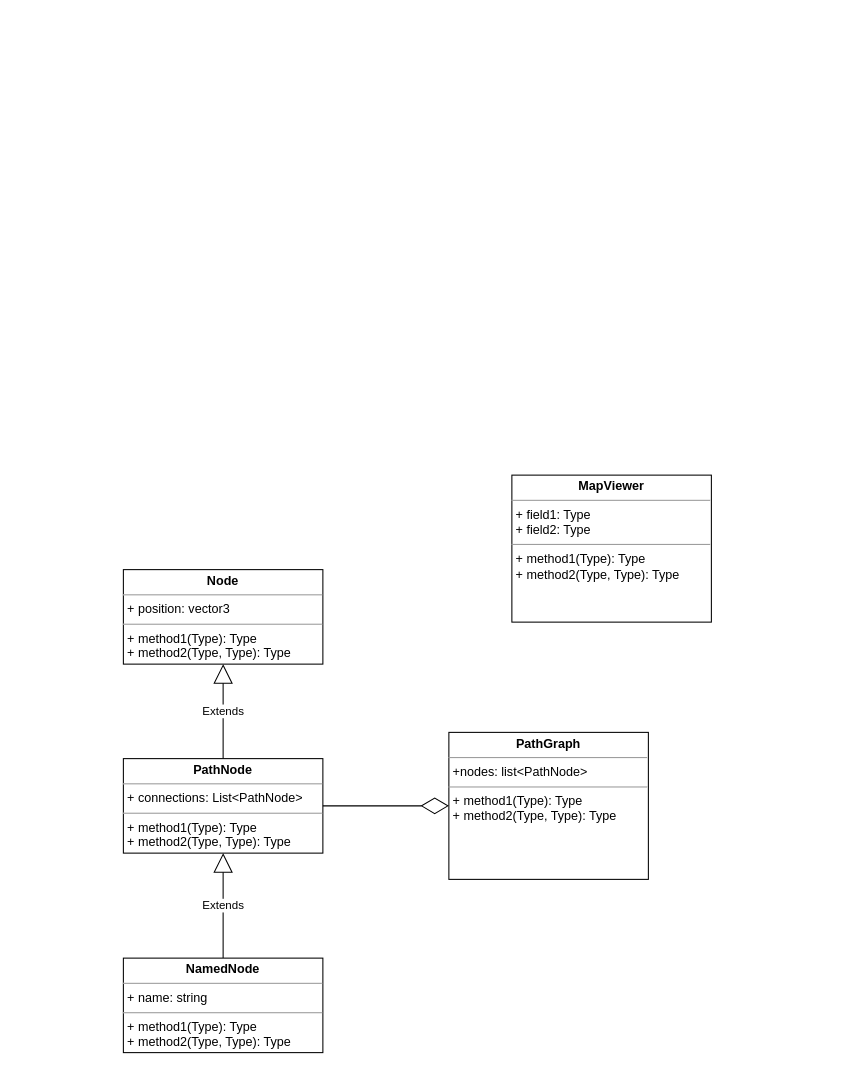
LolfaceToxa/NavigationMIET keeps this draw.io diagram as UML/classdrawio.drawio. Above is the earlier version. Source tidied: cells renumbered, new cells numbered last; positions are measured from the earlier drawing's top-left corner, leaving out a move shared by most shapes. Both pictures are drawn from the tidied source at 105%, with x=0, y=0 at pixel (123, 475).
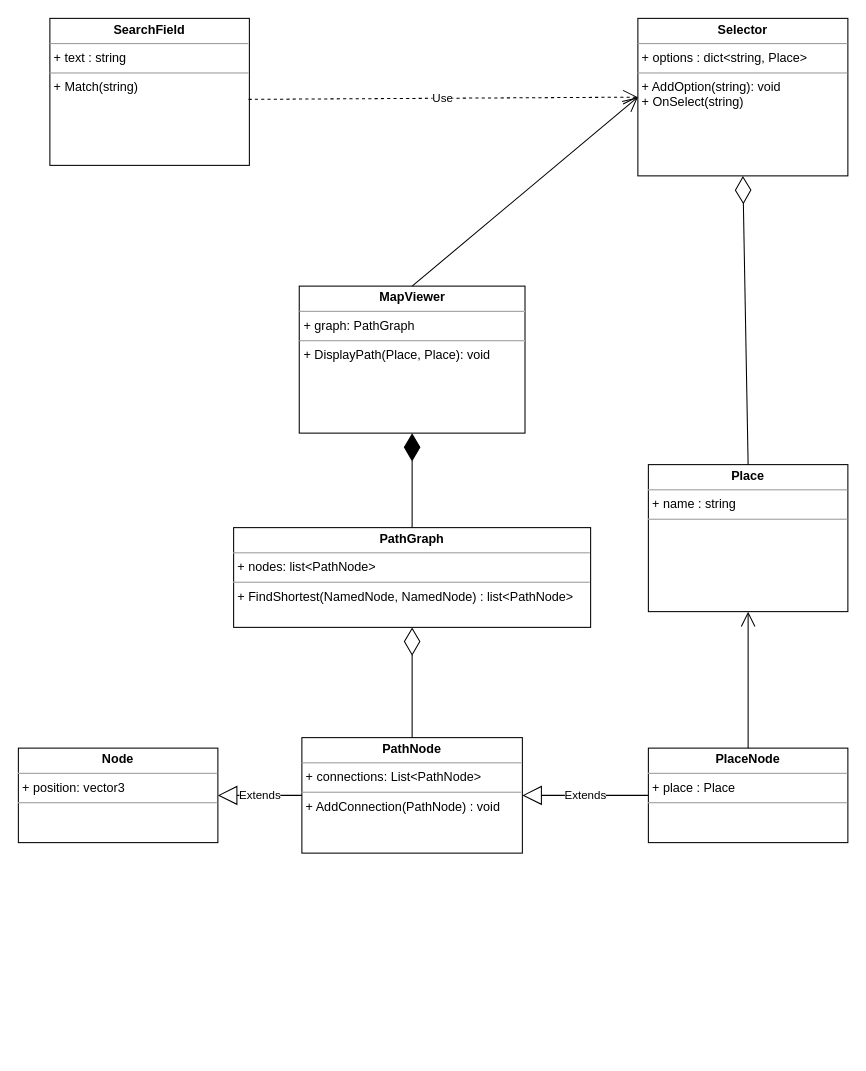
The same diagram, later.

Commit message:
class diagram

Change to the diagram source:
```diff
@@
 <mxGraphModel>
   <root>
     <mxCell id="0" />
     <mxCell id="1" parent="0" />
-    <mxCell id="2" value="&lt;p style=&quot;margin:0px;margin-top:4px;text-align:center;&quot;&gt;&lt;b&gt;Node&lt;/b&gt;&lt;/p&gt;&lt;hr size=&quot;1&quot;&gt;&lt;p style=&quot;margin:0px;margin-left:4px;&quot;&gt;+ position: vector3&lt;br&gt;&lt;/p&gt;&lt;hr size=&quot;1&quot;&gt;&lt;p style=&quot;margin:0px;margin-left:4px;&quot;&gt;+ method1(Type): Type&lt;br&gt;+ method2(Type, Type): Type&lt;/p&gt;" style="verticalAlign=top;align=left;overflow=fill;fontSize=12;fontFamily=Helvetica;html=1;" parent="1" vertex="1">
-      <mxGeometry y="90" width="190" height="90" as="geometry" />
+    <mxCell id="2" value="&lt;p style=&quot;margin:0px;margin-top:4px;text-align:center;&quot;&gt;&lt;b&gt;Node&lt;/b&gt;&lt;/p&gt;&lt;hr size=&quot;1&quot;&gt;&lt;p style=&quot;margin:0px;margin-left:4px;&quot;&gt;+ position: vector3&lt;br&gt;&lt;/p&gt;&lt;hr size=&quot;1&quot;&gt;&lt;p style=&quot;margin:0px;margin-left:4px;&quot;&gt;&lt;br&gt;&lt;/p&gt;" style="verticalAlign=top;align=left;overflow=fill;fontSize=12;fontFamily=Helvetica;html=1;" parent="1" vertex="1">
+      <mxGeometry x="-100" y="260" width="190" height="90" as="geometry" />
     </mxCell>
-    <mxCell id="3" value="&lt;p style=&quot;margin:0px;margin-top:4px;text-align:center;&quot;&gt;&lt;b&gt;PathGraph&lt;/b&gt;&lt;/p&gt;&lt;hr size=&quot;1&quot;&gt;&lt;p style=&quot;margin:0px;margin-left:4px;&quot;&gt;+nodes: list&amp;lt;PathNode&amp;gt;&lt;br&gt;&lt;/p&gt;&lt;hr size=&quot;1&quot;&gt;&lt;p style=&quot;margin:0px;margin-left:4px;&quot;&gt;+ method1(Type): Type&lt;br&gt;+ method2(Type, Type): Type&lt;/p&gt;" style="verticalAlign=top;align=left;overflow=fill;fontSize=12;fontFamily=Helvetica;html=1;" parent="1" vertex="1">
-      <mxGeometry x="310" y="245" width="190" height="140" as="geometry" />
+    <mxCell id="3" value="&lt;p style=&quot;margin:0px;margin-top:4px;text-align:center;&quot;&gt;&lt;b&gt;PathGraph&lt;/b&gt;&lt;/p&gt;&lt;hr size=&quot;1&quot;&gt;&lt;p style=&quot;margin:0px;margin-left:4px;&quot;&gt;+ nodes: list&amp;lt;PathNode&amp;gt;&lt;br&gt;&lt;/p&gt;&lt;hr size=&quot;1&quot;&gt;&lt;p style=&quot;margin:0px;margin-left:4px;&quot;&gt;+ FindShortest(NamedNode, NamedNode) : list&amp;lt;PathNode&amp;gt;&lt;/p&gt;" style="verticalAlign=top;align=left;overflow=fill;fontSize=12;fontFamily=Helvetica;html=1;" parent="1" vertex="1">
+      <mxGeometry x="105" y="50" width="340" height="95" as="geometry" />
     </mxCell>
-    <mxCell id="4" value="&lt;p style=&quot;margin:0px;margin-top:4px;text-align:center;&quot;&gt;&lt;b&gt;PathNode&lt;/b&gt;&lt;/p&gt;&lt;hr size=&quot;1&quot;&gt;&lt;p style=&quot;margin:0px;margin-left:4px;&quot;&gt;+ connections: List&amp;lt;PathNode&amp;gt;&lt;br&gt;&lt;/p&gt;&lt;hr size=&quot;1&quot;&gt;&lt;p style=&quot;margin:0px;margin-left:4px;&quot;&gt;+ method1(Type): Type&lt;br&gt;+ method2(Type, Type): Type&lt;/p&gt;" style="verticalAlign=top;align=left;overflow=fill;fontSize=12;fontFamily=Helvetica;html=1;" parent="1" vertex="1">
-      <mxGeometry y="270" width="190" height="90" as="geometry" />
+    <mxCell id="4" value="&lt;p style=&quot;margin:0px;margin-top:4px;text-align:center;&quot;&gt;&lt;b&gt;PathNode&lt;/b&gt;&lt;/p&gt;&lt;hr size=&quot;1&quot;&gt;&lt;p style=&quot;margin:0px;margin-left:4px;&quot;&gt;+ connections: List&amp;lt;PathNode&amp;gt;&lt;br&gt;&lt;/p&gt;&lt;hr size=&quot;1&quot;&gt;&lt;p style=&quot;margin:0px;margin-left:4px;&quot;&gt;+ AddConnection(PathNode) : void&lt;/p&gt;" style="verticalAlign=top;align=left;overflow=fill;fontSize=12;fontFamily=Helvetica;html=1;" parent="1" vertex="1">
+      <mxGeometry x="170" y="250" width="210" height="110" as="geometry" />
     </mxCell>
-    <mxCell id="5" value="Extends" style="endArrow=block;endSize=16;endFill=0;html=1;rounded=0;exitX=0.5;exitY=0;exitDx=0;exitDy=0;entryX=0.5;entryY=1;entryDx=0;entryDy=0;" parent="1" edge="1" source="4" target="2">
+    <mxCell id="5" value="Extends" style="endArrow=block;endSize=16;endFill=0;html=1;rounded=0;entryX=1;entryY=0.5;entryDx=0;entryDy=0;exitX=0;exitY=0.5;exitDx=0;exitDy=0;" parent="1" edge="1" source="4" target="2">
       <mxGeometry relative="1" as="geometry" />
     </mxCell>
-    <mxCell id="6" value="&lt;p style=&quot;margin:0px;margin-top:4px;text-align:center;&quot;&gt;&lt;b&gt;NamedNode&lt;/b&gt;&lt;/p&gt;&lt;hr size=&quot;1&quot;&gt;&lt;p style=&quot;margin:0px;margin-left:4px;&quot;&gt;+ name: string&lt;br&gt;&lt;/p&gt;&lt;hr size=&quot;1&quot;&gt;&lt;p style=&quot;margin:0px;margin-left:4px;&quot;&gt;+ method1(Type): Type&lt;br&gt;+ method2(Type, Type): Type&lt;/p&gt;" style="verticalAlign=top;align=left;overflow=fill;fontSize=12;fontFamily=Helvetica;html=1;" parent="1" vertex="1">
-      <mxGeometry y="460" width="190" height="90" as="geometry" />
+    <mxCell id="6" value="&lt;p style=&quot;margin:0px;margin-top:4px;text-align:center;&quot;&gt;&lt;b&gt;PlaceNode&lt;/b&gt;&lt;/p&gt;&lt;hr size=&quot;1&quot;&gt;&lt;p style=&quot;margin:0px;margin-left:4px;&quot;&gt;+ place : Place&lt;br&gt;&lt;/p&gt;&lt;hr size=&quot;1&quot;&gt;&lt;p style=&quot;margin:0px;margin-left:4px;&quot;&gt;&lt;br&gt;&lt;/p&gt;" style="verticalAlign=top;align=left;overflow=fill;fontSize=12;fontFamily=Helvetica;html=1;" parent="1" vertex="1">
+      <mxGeometry x="500" y="260" width="190" height="90" as="geometry" />
     </mxCell>
-    <mxCell id="7" value="Extends" style="endArrow=block;endSize=16;endFill=0;html=1;rounded=0;exitX=0.5;exitY=0;exitDx=0;exitDy=0;entryX=0.5;entryY=1;entryDx=0;entryDy=0;" parent="1" edge="1" source="6" target="4">
+    <mxCell id="7" value="Extends" style="endArrow=block;endSize=16;endFill=0;html=1;rounded=0;exitX=0;exitY=0.5;exitDx=0;exitDy=0;entryX=1;entryY=0.5;entryDx=0;entryDy=0;" parent="1" edge="1" source="6" target="4">
       <mxGeometry relative="1" as="geometry" />
     </mxCell>
-    <mxCell id="8" style="endArrow=diamondThin;endFill=0;endSize=24;html=1;rounded=0;entryX=0;entryY=0.5;entryDx=0;entryDy=0;exitX=1;exitY=0.5;exitDx=0;exitDy=0;" parent="1" edge="1" source="4" target="3">
+    <mxCell id="8" style="endArrow=diamondThin;endFill=0;endSize=24;html=1;rounded=0;entryX=0.5;entryY=1;entryDx=0;entryDy=0;exitX=0.5;exitY=0;exitDx=0;exitDy=0;" parent="1" edge="1" source="4" target="3">
       <mxGeometry relative="1" as="geometry" />
     </mxCell>
-    <mxCell id="9" value="&lt;p style=&quot;margin:0px;margin-top:4px;text-align:center;&quot;&gt;&lt;b&gt;MapViewer&lt;/b&gt;&lt;/p&gt;&lt;hr size=&quot;1&quot;&gt;&lt;p style=&quot;margin:0px;margin-left:4px;&quot;&gt;+ field1: Type&lt;br&gt;+ field2: Type&lt;/p&gt;&lt;hr size=&quot;1&quot;&gt;&lt;p style=&quot;margin:0px;margin-left:4px;&quot;&gt;+ method1(Type): Type&lt;br&gt;+ method2(Type, Type): Type&lt;/p&gt;" style="verticalAlign=top;align=left;overflow=fill;fontSize=12;fontFamily=Helvetica;html=1;" parent="1" vertex="1">
-      <mxGeometry x="370" width="190" height="140" as="geometry" />
+    <mxCell id="9" value="&lt;p style=&quot;margin:0px;margin-top:4px;text-align:center;&quot;&gt;&lt;b&gt;MapViewer&lt;/b&gt;&lt;/p&gt;&lt;hr size=&quot;1&quot;&gt;&lt;p style=&quot;margin:0px;margin-left:4px;&quot;&gt;+ graph: PathGraph&lt;br&gt;&lt;/p&gt;&lt;hr size=&quot;1&quot;&gt;&lt;p style=&quot;margin:0px;margin-left:4px;&quot;&gt;+ DisplayPath(Place, Place): void&lt;br&gt;&lt;/p&gt;" style="verticalAlign=top;align=left;overflow=fill;fontSize=12;fontFamily=Helvetica;html=1;" parent="1" vertex="1">
+      <mxGeometry x="167.5" y="-180" width="215" height="140" as="geometry" />
     </mxCell>
+    <mxCell id="10" value="&lt;p style=&quot;margin:0px;margin-top:4px;text-align:center;&quot;&gt;&lt;b&gt;SearchField&lt;/b&gt;&lt;/p&gt;&lt;hr size=&quot;1&quot;&gt;&lt;p style=&quot;margin:0px;margin-left:4px;&quot;&gt;+ text : string&lt;br&gt;&lt;/p&gt;&lt;hr size=&quot;1&quot;&gt;&lt;p style=&quot;margin:0px;margin-left:4px;&quot;&gt;+ Match(string)&amp;nbsp;&lt;/p&gt;" style="verticalAlign=top;align=left;overflow=fill;fontSize=12;fontFamily=Helvetica;html=1;" parent="1" vertex="1">
+      <mxGeometry x="-70" y="-435" width="190" height="140" as="geometry" />
+    </mxCell>
+    <mxCell id="11" value="&lt;p style=&quot;margin:0px;margin-top:4px;text-align:center;&quot;&gt;&lt;b&gt;Selector&lt;/b&gt;&lt;/p&gt;&lt;hr size=&quot;1&quot;&gt;&lt;p style=&quot;margin:0px;margin-left:4px;&quot;&gt;+ options : dict&amp;lt;string, Place&amp;gt;&lt;br&gt;&lt;/p&gt;&lt;hr size=&quot;1&quot;&gt;&lt;p style=&quot;margin:0px;margin-left:4px;&quot;&gt;+ AddOption(string): void&lt;br&gt;+ OnSelect(string)&lt;/p&gt;" style="verticalAlign=top;align=left;overflow=fill;fontSize=12;fontFamily=Helvetica;html=1;" parent="1" vertex="1">
+      <mxGeometry x="490" y="-435" width="200" height="150" as="geometry" />
+    </mxCell>
+    <mxCell id="12" value="&lt;p style=&quot;margin:0px;margin-top:4px;text-align:center;&quot;&gt;&lt;b&gt;Place&lt;/b&gt;&lt;/p&gt;&lt;hr size=&quot;1&quot;&gt;&lt;p style=&quot;margin:0px;margin-left:4px;&quot;&gt;+ name : string&lt;br&gt;&lt;/p&gt;&lt;hr size=&quot;1&quot;&gt;&lt;p style=&quot;margin:0px;margin-left:4px;&quot;&gt;&lt;br&gt;&lt;/p&gt;" style="verticalAlign=top;align=left;overflow=fill;fontSize=12;fontFamily=Helvetica;html=1;" parent="1" vertex="1">
+      <mxGeometry x="500" y="-10" width="190" height="140" as="geometry" />
+    </mxCell>
+    <mxCell id="13" style="endArrow=open;endFill=1;endSize=12;html=1;rounded=0;exitX=0.5;exitY=0;exitDx=0;exitDy=0;" parent="1" edge="1" source="6" target="12">
+      <mxGeometry relative="1" as="geometry" />
+    </mxCell>
+    <mxCell id="14" style="endArrow=diamondThin;endFill=0;endSize=24;html=1;rounded=0;exitX=0.5;exitY=0;exitDx=0;exitDy=0;entryX=0.5;entryY=1;entryDx=0;entryDy=0;" parent="1" edge="1" source="12" target="11">
+      <mxGeometry relative="1" as="geometry" />
+    </mxCell>
+    <mxCell id="15" value="Use" style="endArrow=open;endSize=12;dashed=1;html=1;rounded=0;exitX=0.996;exitY=0.551;exitDx=0;exitDy=0;entryX=0;entryY=0.5;entryDx=0;entryDy=0;exitPerimeter=0;" parent="1" edge="1" source="10" target="11">
+      <mxGeometry relative="1" as="geometry" />
+    </mxCell>
+    <mxCell id="16" style="edgeStyle=orthogonalEdgeStyle;rounded=0;orthogonalLoop=1;jettySize=auto;html=1;exitX=0.5;exitY=1;exitDx=0;exitDy=0;" parent="1" edge="1" source="4" target="4">
+      <mxGeometry relative="1" as="geometry" />
+    </mxCell>
+    <mxCell id="17" style="endArrow=diamondThin;endFill=1;endSize=24;html=1;rounded=0;entryX=0.5;entryY=1;entryDx=0;entryDy=0;exitX=0.5;exitY=0;exitDx=0;exitDy=0;" parent="1" edge="1" source="3" target="9">
+      <mxGeometry relative="1" as="geometry" />
+    </mxCell>
+    <mxCell id="18" style="endArrow=open;endFill=1;endSize=12;html=1;rounded=0;exitX=0.5;exitY=0;exitDx=0;exitDy=0;entryX=0;entryY=0.5;entryDx=0;entryDy=0;" parent="1" edge="1" source="9" target="11">
+      <mxGeometry relative="1" as="geometry" />
+    </mxCell>
   </root>
 </mxGraphModel>
```
